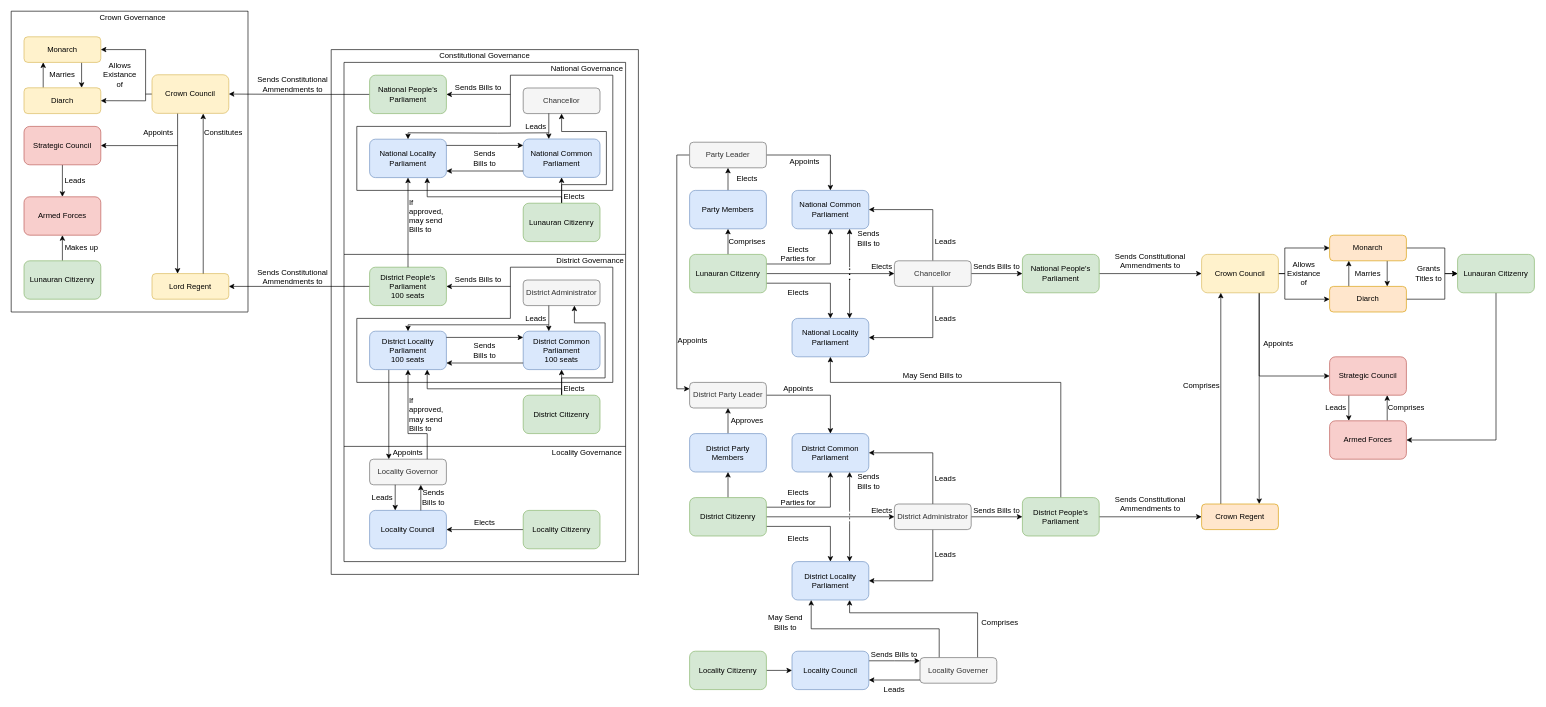
jamlamtheblue/DES-Pol keeps this draw.io diagram as Lunaura/Gov structure.drawio. Above is the earlier version. Source tidied: cells renumbered, new cells numbered last; positions are measured from the earlier drawing's top-left corner, leaving out a move shared by most shapes. Both pictures are drawn from the tidied source at 64%, with x=0, y=0 at pixel (11, 11).
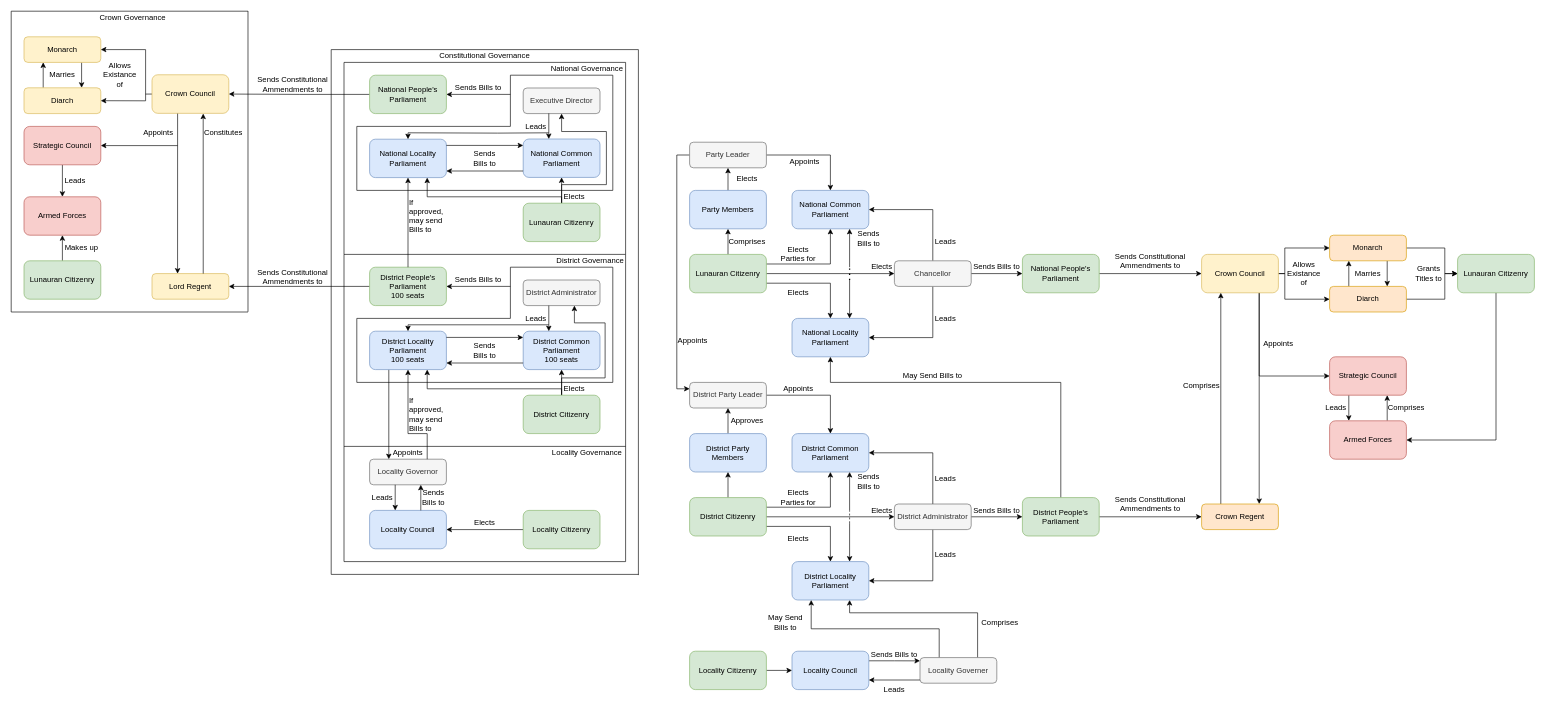
The same diagram, later.

Change to the diagram source:
```diff
@@
-    <mxCell id="54" value="Chancellor" style="rounded=1;whiteSpace=wrap;html=1;fillColor=#f5f5f5;fontColor=#333333;strokeColor=#666666;" parent="1" vertex="1">
+    <mxCell id="54" value="Executive Director" style="rounded=1;whiteSpace=wrap;html=1;fillColor=#f5f5f5;fontColor=#333333;strokeColor=#666666;" parent="1" vertex="1">
       <mxGeometry x="800" y="120" width="120" height="40" as="geometry" />
     </mxCell>
```
